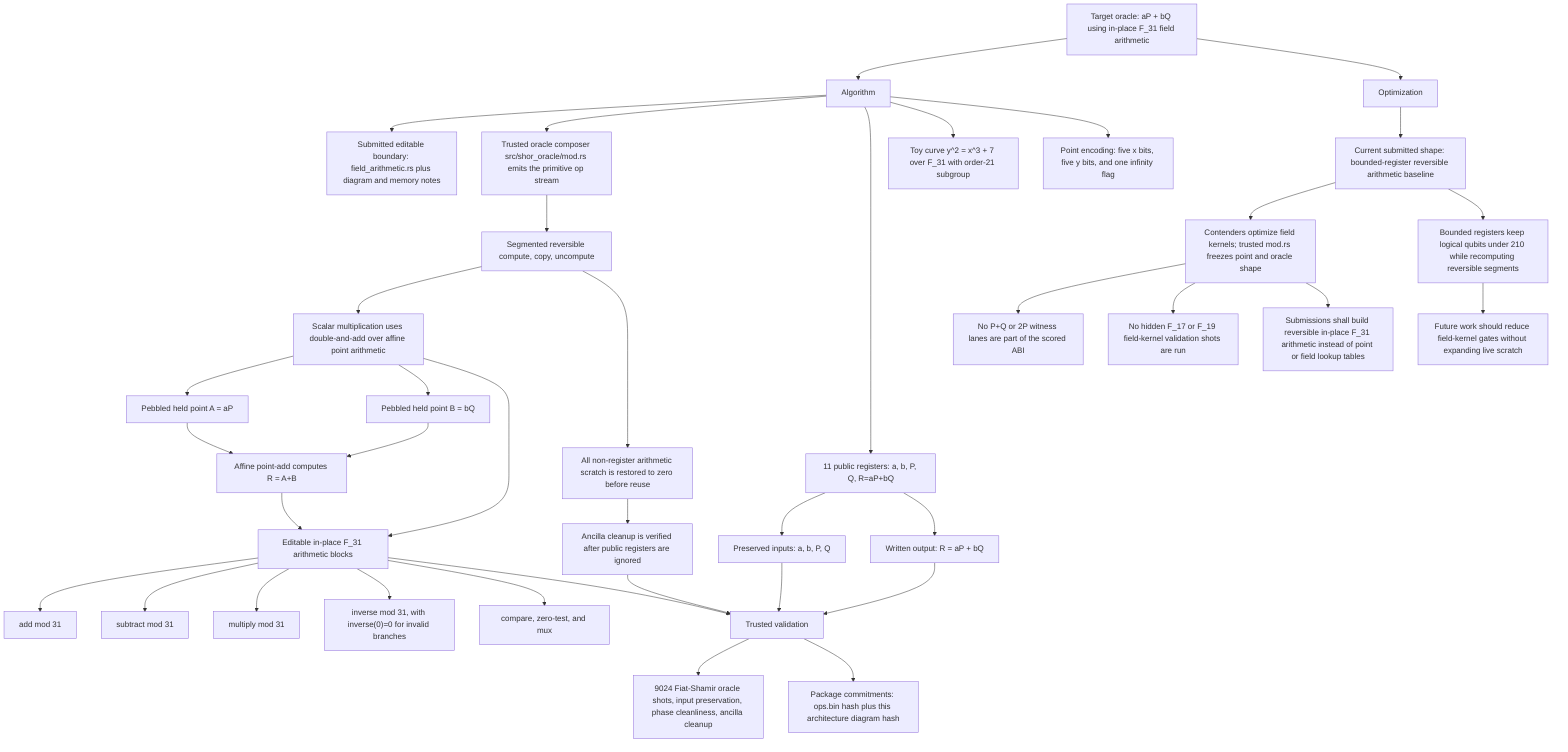
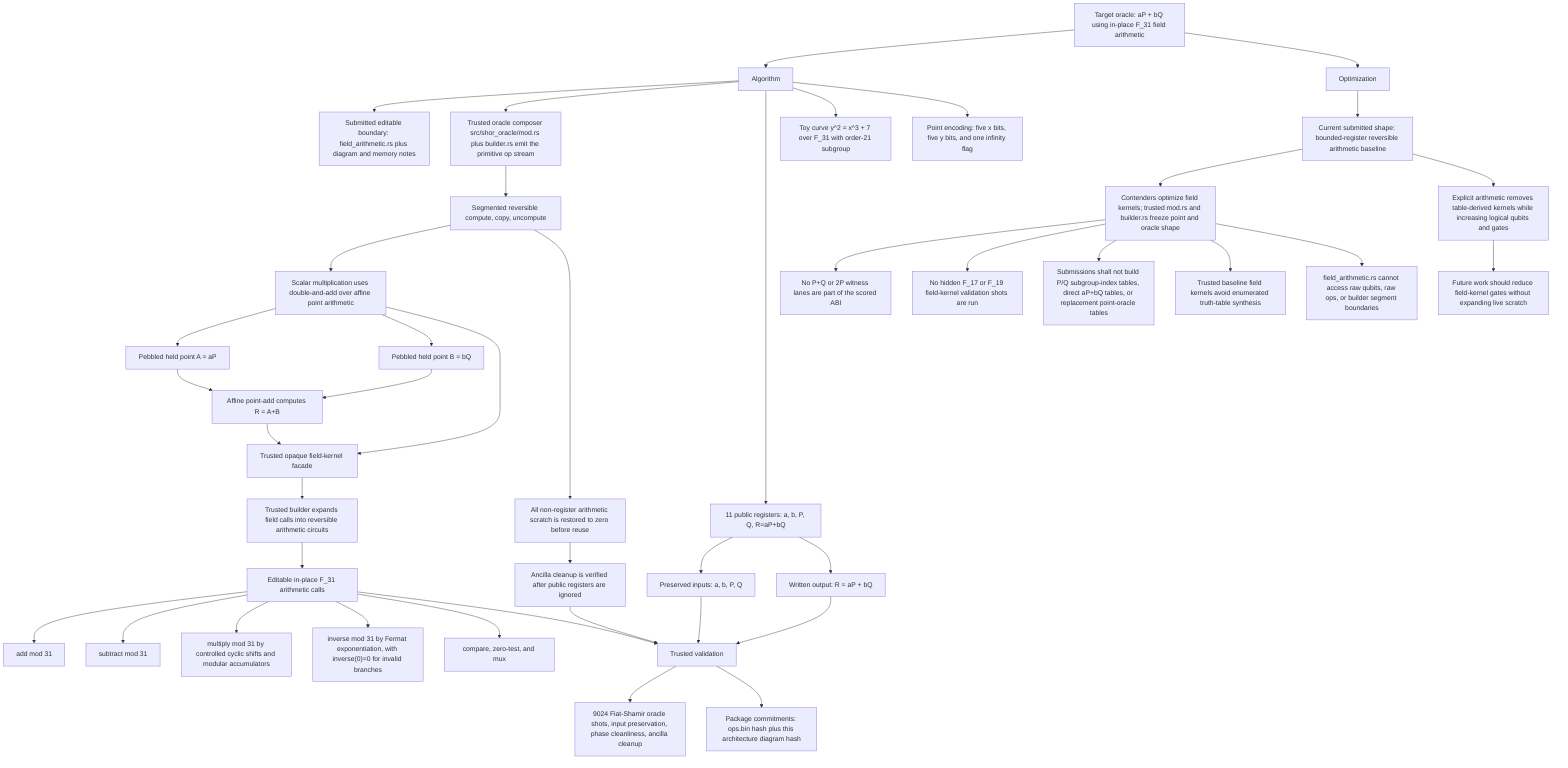
flowchart TD
  Target["Target oracle: aP + bQ using in-place F_31 field arithmetic"]
  Algorithm["Algorithm"]
  Optimization["Optimization"]

  Target --> Algorithm
  Target --> Optimization

  Algorithm --> Boundary["Submitted editable boundary: field_arithmetic.rs plus diagram and memory notes"]
-   Algorithm --> Build["Trusted oracle composer src/shor_oracle/mod.rs emits the primitive op stream"]
+   Algorithm --> Build["Trusted oracle composer src/shor_oracle/mod.rs plus builder.rs emit the primitive op stream"]
  Algorithm --> Registers["11 public registers: a, b, P, Q, R=aP+bQ"]
  Algorithm --> Curve["Toy curve y^2 = x^3 + 7 over F_31 with order-21 subgroup"]
  Algorithm --> Encoding["Point encoding: five x bits, five y bits, and one infinity flag"]

  Registers --> Preserve["Preserved inputs: a, b, P, Q"]
  Registers --> Outputs["Written output: R = aP + bQ"]

  Build --> Segment["Segmented reversible compute, copy, uncompute"]
  Segment --> ScalarPoint["Scalar multiplication uses double-and-add over affine point arithmetic"]
  ScalarPoint --> ScalarA["Pebbled held point A = aP"]
  ScalarPoint --> ScalarB["Pebbled held point B = bQ"]
  ScalarA --> PointAdd["Affine point-add computes R = A+B"]
  ScalarB --> PointAdd

-   PointAdd --> FieldArithmetic["Editable in-place F_31 arithmetic blocks"]
-   ScalarPoint --> FieldArithmetic
+   PointAdd --> FieldFacade["Trusted opaque field-kernel facade"]
+   FieldFacade --> BuilderCircuits["Trusted builder expands field calls into reversible arithmetic circuits"]
+   BuilderCircuits --> FieldArithmetic["Editable in-place F_31 arithmetic calls"]
+   ScalarPoint --> FieldFacade
  FieldArithmetic --> FieldAdd["add mod 31"]
  FieldArithmetic --> FieldSub["subtract mod 31"]
-   FieldArithmetic --> FieldMul["multiply mod 31"]
-   FieldArithmetic --> FieldInv["inverse mod 31, with inverse(0)=0 for invalid branches"]
+   FieldArithmetic --> FieldMul["multiply mod 31 by controlled cyclic shifts and modular accumulators"]
+   FieldArithmetic --> FieldInv["inverse mod 31 by Fermat exponentiation, with inverse(0)=0 for invalid branches"]
  FieldArithmetic --> FieldMux["compare, zero-test, and mux"]

  Segment --> Cleanup["All non-register arithmetic scratch is restored to zero before reuse"]
  Cleanup --> Ancilla["Ancilla cleanup is verified after public registers are ignored"]

  Optimization --> CurrentShape["Current submitted shape: bounded-register reversible arithmetic baseline"]
-   CurrentShape --> Contract["Contenders optimize field kernels; trusted mod.rs freezes point and oracle shape"]
+   CurrentShape --> Contract["Contenders optimize field kernels; trusted mod.rs and builder.rs freeze point and oracle shape"]
  Contract --> NoPublicWitness["No P+Q or 2P witness lanes are part of the scored ABI"]
  Contract --> NoHiddenWitness["No hidden F_17 or F_19 field-kernel validation shots are run"]
-   Contract --> NoLookupTables["Submissions shall build reversible in-place F_31 arithmetic instead of point or field lookup tables"]
-   CurrentShape --> Tradeoff["Bounded registers keep logical qubits under 210 while recomputing reversible segments"]
+   Contract --> NoLookupTables["Submissions shall not build P/Q subgroup-index tables, direct aP+bQ tables, or replacement point-oracle tables"]
+   Contract --> NoFieldTruthTables["Trusted baseline field kernels avoid enumerated truth-table synthesis"]
+   Contract --> NoRawBuilder["field_arithmetic.rs cannot access raw qubits, raw ops, or builder segment boundaries"]
+   CurrentShape --> Tradeoff["Explicit arithmetic removes table-derived kernels while increasing logical qubits and gates"]
  Tradeoff --> ReplaceLater["Future work should reduce field-kernel gates without expanding live scratch"]

  Preserve --> Validation["Trusted validation"]
  Outputs --> Validation
  FieldArithmetic --> Validation
  Ancilla --> Validation
  Validation --> Checks["9024 Fiat-Shamir oracle shots, input preservation, phase cleanliness, ancilla cleanup"]
  Validation --> Commitments["Package commitments: ops.bin hash plus this architecture diagram hash"]
